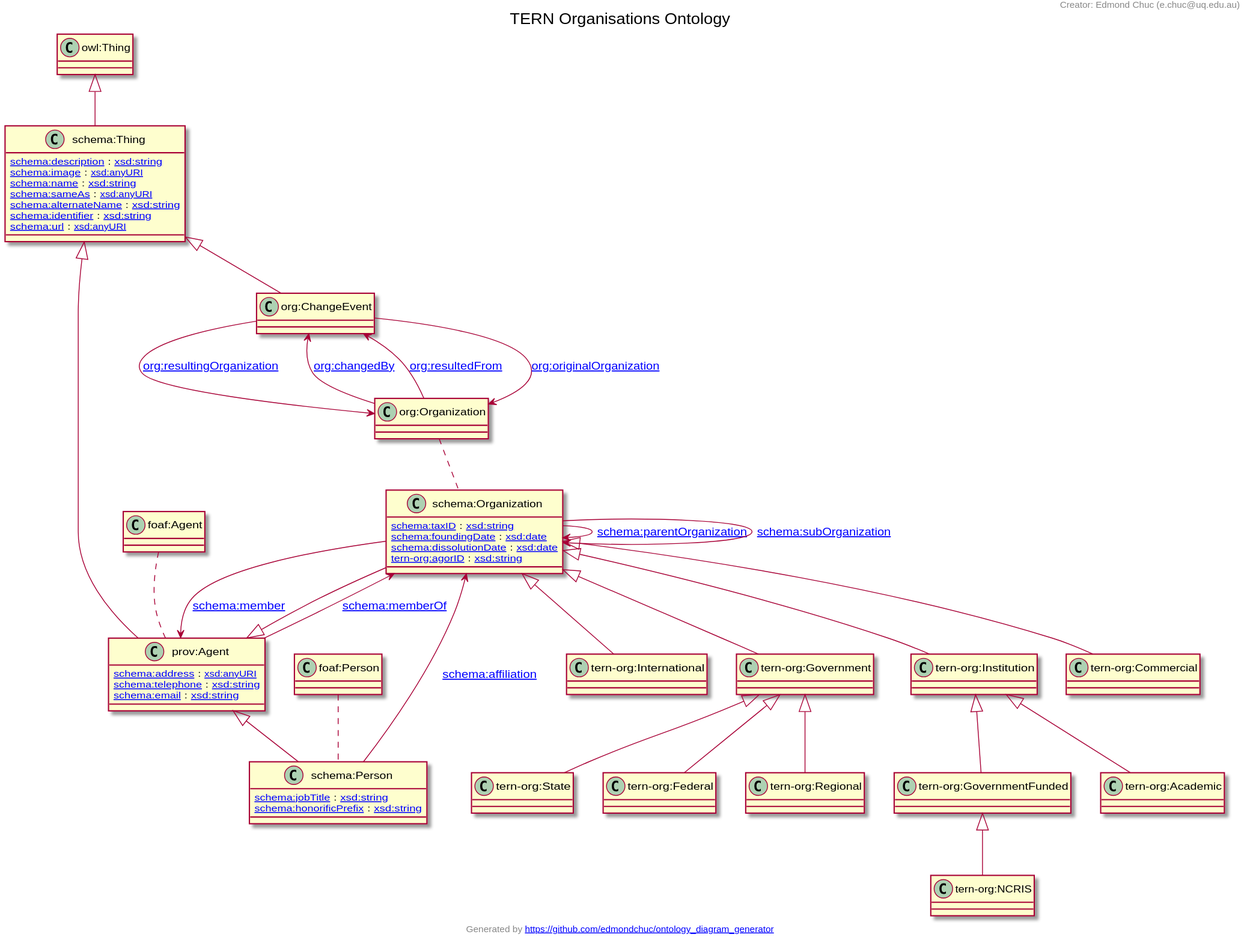
This is docs/tern-org.ttl.svg from ternaustralia/ontology_tern-org, a PlantUML export, as it was before one commit.
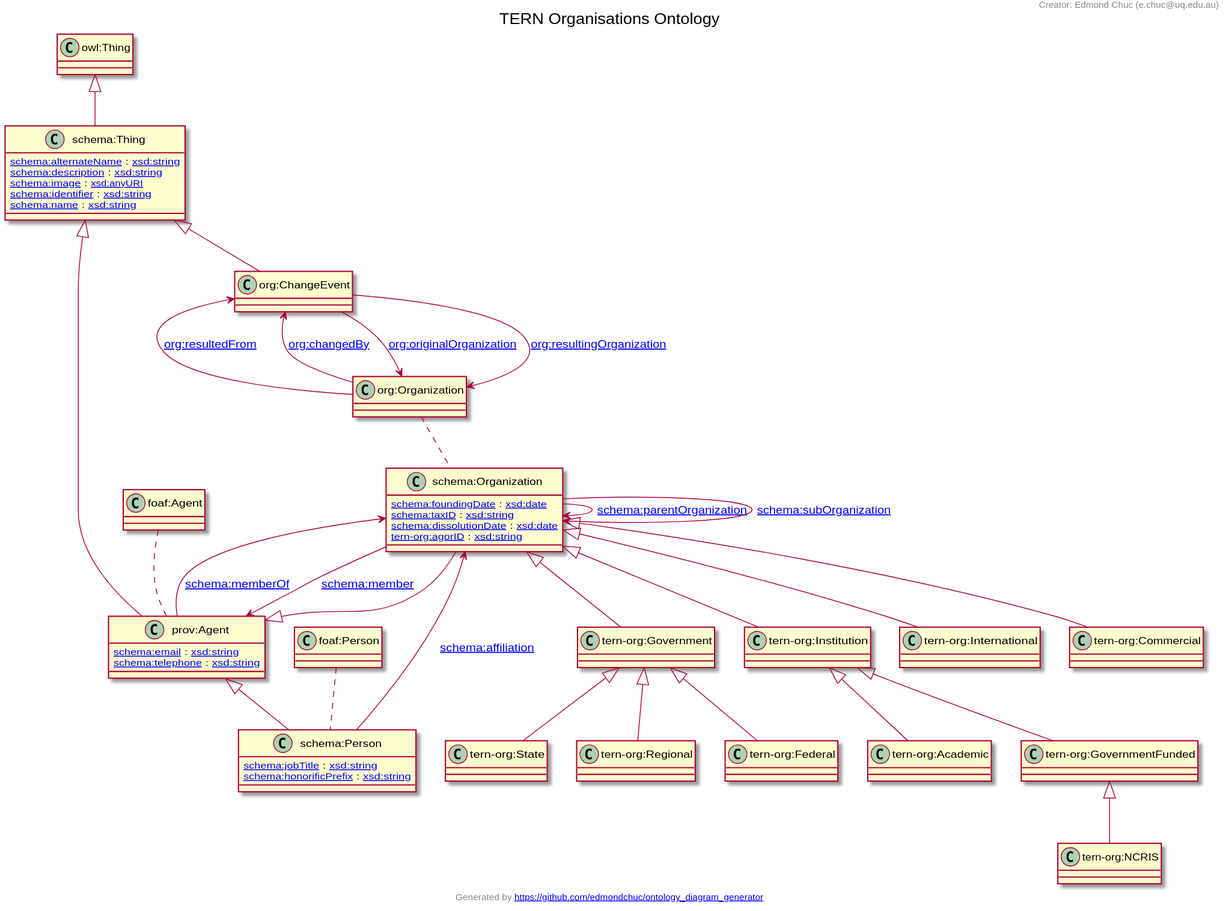
After the commit.

Diff of the diagram source:
```diff
@@ -1,78 +1,75 @@
 @startuml
 title TERN Organisations Ontology
+"schema:Organization" <|-- "tern-org:International"
+"schema:Thing" <|-- "org:ChangeEvent"
 "schema:Organization" <|-- "tern-org:Commercial"
-"schema:Thing" <|-- "org:ChangeEvent"
-"tern-org:GovernmentFunded" <|-- "tern-org:NCRIS"
-"tern-org:Institution" <|-- "tern-org:GovernmentFunded"
+"prov:Agent" <|-- "schema:Person"
 "tern-org:Government" <|-- "tern-org:Regional"
-"tern-org:Government" <|-- "tern-org:State"
-"schema:Thing" <|-- "prov:Agent"
-"tern-org:Institution" <|-- "tern-org:Academic"
 "prov:Agent" <|-- "schema:Organization"
+"owl:Thing" <|-- "schema:Thing"
 "schema:Organization" <|-- "tern-org:Institution"
 "tern-org:Government" <|-- "tern-org:Federal"
-"schema:Organization" <|-- "tern-org:International"
-"owl:Thing" <|-- "schema:Thing"
-"prov:Agent" <|-- "schema:Person"
+"tern-org:Institution" <|-- "tern-org:Academic"
 "schema:Organization" <|-- "tern-org:Government"
-Class "tern-org:Commercial" [[https://w3id.org/tern/ontologies/org/Commercial]] {
+"tern-org:GovernmentFunded" <|-- "tern-org:NCRIS"
+"schema:Thing" <|-- "prov:Agent"
+"tern-org:Institution" <|-- "tern-org:GovernmentFunded"
+"tern-org:Government" <|-- "tern-org:State"
+Class "tern-org:International" [[https://w3id.org/tern/ontologies/org/International]] {
 }
 Class "org:ChangeEvent" [[http://www.w3.org/ns/org#ChangeEvent]] {
 }
-Class "tern-org:NCRIS" [[https://w3id.org/tern/ontologies/org/NCRIS]] {
+Class "tern-org:Commercial" [[https://w3id.org/tern/ontologies/org/Commercial]] {
 }
-Class "tern-org:GovernmentFunded" [[https://w3id.org/tern/ontologies/org/GovernmentFunded]] {
+Class "schema:Person" [[http://schema.org/Person]] {
+[[http://schema.org/jobTitle schema:jobTitle]] : [[http://www.w3.org/2001/XMLSchema#string xsd:string]]
+[[http://schema.org/honorificPrefix schema:honorificPrefix]] : [[http://www.w3.org/2001/XMLSchema#string xsd:string]]
 }
 Class "tern-org:Regional" [[https://w3id.org/tern/ontologies/org/Regional]] {
 }
-Class "tern-org:State" [[https://w3id.org/tern/ontologies/org/State]] {
-}
-Class "prov:Agent" [[http://www.w3.org/ns/prov#Agent]] {
-[[http://schema.org/address schema:address]] : [[http://www.w3.org/2001/XMLSchema#anyURI xsd:anyURI]]
-[[http://schema.org/telephone schema:telephone]] : [[http://www.w3.org/2001/XMLSchema#string xsd:string]]
-[[http://schema.org/email schema:email]] : [[http://www.w3.org/2001/XMLSchema#string xsd:string]]
-}
-Class "tern-org:Academic" [[https://w3id.org/tern/ontologies/org/Academic]] {
-}
 Class "schema:Organization" [[http://schema.org/Organization]] {
+[[http://schema.org/foundingDate schema:foundingDate]] : [[http://www.w3.org/2001/XMLSchema#date xsd:date]]
 [[http://schema.org/taxID schema:taxID]] : [[http://www.w3.org/2001/XMLSchema#string xsd:string]]
-[[http://schema.org/foundingDate schema:foundingDate]] : [[http://www.w3.org/2001/XMLSchema#date xsd:date]]
 [[http://schema.org/dissolutionDate schema:dissolutionDate]] : [[http://www.w3.org/2001/XMLSchema#date xsd:date]]
 [[https://w3id.org/tern/ontologies/org/agorID tern-org:agorID]] : [[http://www.w3.org/2001/XMLSchema#string xsd:string]]
+}
+Class "schema:Thing" [[http://schema.org/Thing]] {
+[[http://schema.org/alternateName schema:alternateName]] : [[http://www.w3.org/2001/XMLSchema#string xsd:string]]
+[[http://schema.org/description schema:description]] : [[http://www.w3.org/2001/XMLSchema#string xsd:string]]
+[[http://schema.org/image schema:image]] : [[http://www.w3.org/2001/XMLSchema#anyURI xsd:anyURI]]
+[[http://schema.org/identifier schema:identifier]] : [[http://www.w3.org/2001/XMLSchema#string xsd:string]]
+[[http://schema.org/name schema:name]] : [[http://www.w3.org/2001/XMLSchema#string xsd:string]]
 }
 Class "tern-org:Institution" [[https://w3id.org/tern/ontologies/org/Institution]] {
 }
 Class "tern-org:Federal" [[https://w3id.org/tern/ontologies/org/Federal]] {
 }
-Class "tern-org:International" [[https://w3id.org/tern/ontologies/org/International]] {
-}
-Class "schema:Thing" [[http://schema.org/Thing]] {
-[[http://schema.org/description schema:description]] : [[http://www.w3.org/2001/XMLSchema#string xsd:string]]
-[[http://schema.org/image schema:image]] : [[http://www.w3.org/2001/XMLSchema#anyURI xsd:anyURI]]
-[[http://schema.org/name schema:name]] : [[http://www.w3.org/2001/XMLSchema#string xsd:string]]
-[[http://schema.org/sameAs schema:sameAs]] : [[http://www.w3.org/2001/XMLSchema#anyURI xsd:anyURI]]
-[[http://schema.org/alternateName schema:alternateName]] : [[http://www.w3.org/2001/XMLSchema#string xsd:string]]
-[[http://schema.org/identifier schema:identifier]] : [[http://www.w3.org/2001/XMLSchema#string xsd:string]]
-[[http://schema.org/url schema:url]] : [[http://www.w3.org/2001/XMLSchema#anyURI xsd:anyURI]]
-}
-Class "schema:Person" [[http://schema.org/Person]] {
-[[http://schema.org/jobTitle schema:jobTitle]] : [[http://www.w3.org/2001/XMLSchema#string xsd:string]]
-[[http://schema.org/honorificPrefix schema:honorificPrefix]] : [[http://www.w3.org/2001/XMLSchema#string xsd:string]]
+Class "tern-org:Academic" [[https://w3id.org/tern/ontologies/org/Academic]] {
 }
 Class "tern-org:Government" [[https://w3id.org/tern/ontologies/org/Government]] {
 }
+Class "tern-org:NCRIS" [[https://w3id.org/tern/ontologies/org/NCRIS]] {
+}
+Class "prov:Agent" [[http://www.w3.org/ns/prov#Agent]] {
+[[http://schema.org/email schema:email]] : [[http://www.w3.org/2001/XMLSchema#string xsd:string]]
+[[http://schema.org/telephone schema:telephone]] : [[http://www.w3.org/2001/XMLSchema#string xsd:string]]
+}
+Class "tern-org:GovernmentFunded" [[https://w3id.org/tern/ontologies/org/GovernmentFunded]] {
+}
+Class "tern-org:State" [[https://w3id.org/tern/ontologies/org/State]] {
+}
+"prov:Agent" --> "schema:Organization" : "[[http://schema.org/memberOf schema:memberOf]]"
+"schema:Organization" --> "prov:Agent" : "[[http://schema.org/member schema:member]]"
+"org:Organization" --> "org:ChangeEvent" : "[[http://www.w3.org/ns/org#resultedFrom org:resultedFrom]]"
 "org:ChangeEvent" --> "org:Organization" : "[[http://www.w3.org/ns/org#originalOrganization org:originalOrganization]]"
-"schema:Organization" --> "prov:Agent" : "[[http://schema.org/member schema:member]]"
+"org:Organization" --> "org:ChangeEvent" : "[[http://www.w3.org/ns/org#changedBy org:changedBy]]"
+"schema:Organization" --> "schema:Organization" : "[[http://schema.org/parentOrganization schema:parentOrganization]]"
+"schema:Person" --> "schema:Organization" : "[[http://schema.org/affiliation schema:affiliation]]"
 "org:ChangeEvent" --> "org:Organization" : "[[http://www.w3.org/ns/org#resultingOrganization org:resultingOrganization]]"
-"schema:Person" --> "schema:Organization" : "[[http://schema.org/affiliation schema:affiliation]]"
-"prov:Agent" --> "schema:Organization" : "[[http://schema.org/memberOf schema:memberOf]]"
-"org:Organization" --> "org:ChangeEvent" : "[[http://www.w3.org/ns/org#changedBy org:changedBy]]"
-"org:Organization" --> "org:ChangeEvent" : "[[http://www.w3.org/ns/org#resultedFrom org:resultedFrom]]"
-"schema:Organization" --> "schema:Organization" : "[[http://schema.org/parentOrganization schema:parentOrganization]]"
 "schema:Organization" --> "schema:Organization" : "[[http://schema.org/subOrganization schema:subOrganization]]"
+"foaf:Person" .. "schema:Person"
+"org:Organization" .. "schema:Organization"
 "foaf:Agent" .. "prov:Agent"
-"org:Organization" .. "schema:Organization"
-"foaf:Person" .. "schema:Person"
 header
 Creator: Edmond Chuc (e.chuc@uq.edu.au)
 endheader
```
